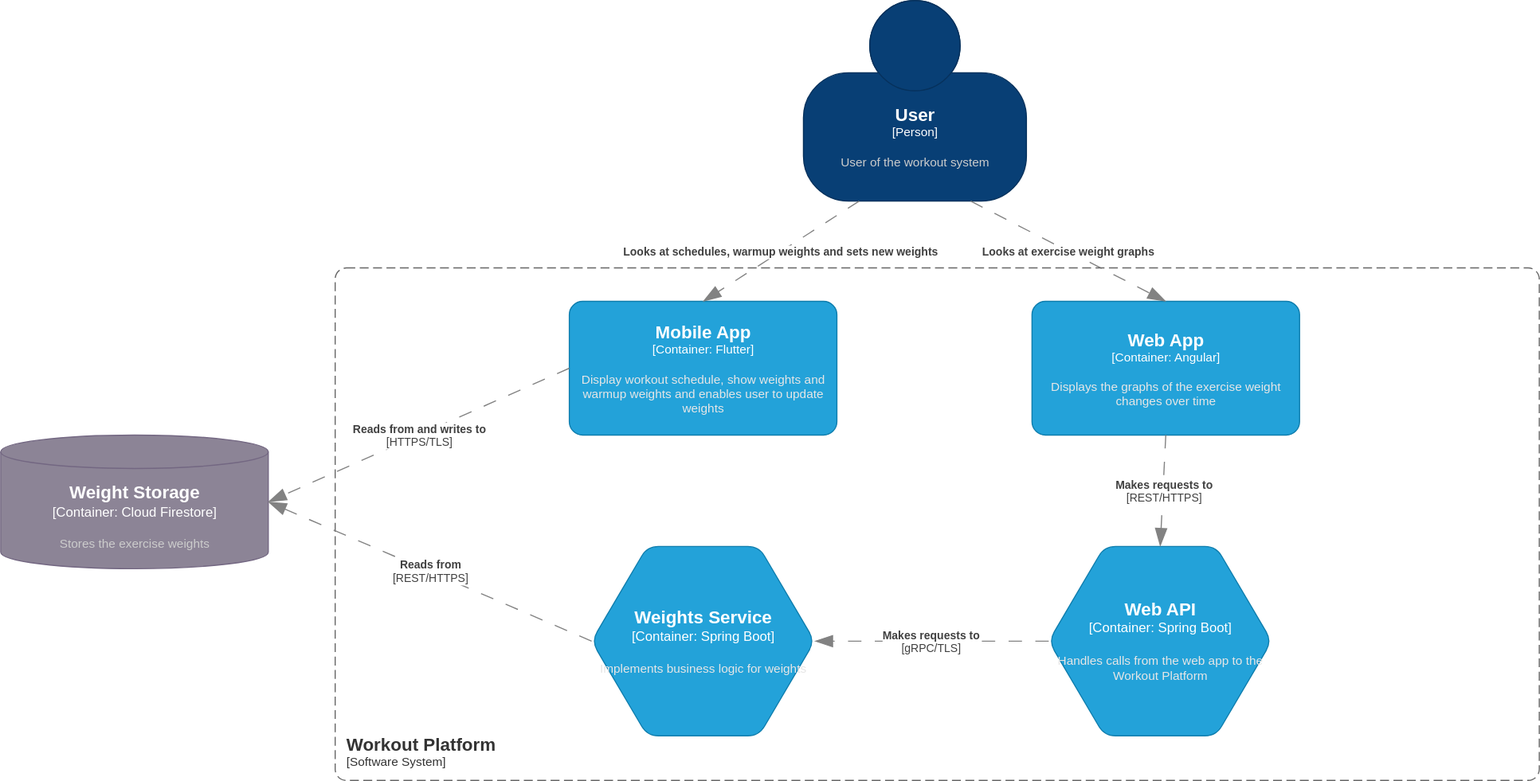
The draw.io diagram docs/mvp-container-diagram.svg in LukasDS/lds-workout-system, before a commit. Source tidied: cells renumbered, new cells last; positions are measured from the earlier drawing's top-left corner, leaving out a move shared by most shapes. Its diagram source:
```xml
<mxGraphModel>
  <root>
    <mxCell id="0" />
    <mxCell id="1" parent="0" />
    <object id="2" label="&lt;font style=&quot;font-size: 16px&quot;&gt;&lt;b&gt;%c4Name%&lt;/b&gt;&lt;/font&gt;&lt;div&gt;[%c4Type%]&lt;/div&gt;&lt;br&gt;&lt;div&gt;&lt;font style=&quot;font-size: 11px&quot;&gt;&lt;font color=&quot;#cccccc&quot;&gt;%c4Description%&lt;/font&gt;&lt;/div&gt;" c4Description="User of the workout system" c4Name="User" c4Type="Person" placeholders="1">
      <mxCell style="html=1;fontSize=11;dashed=0;whiteSpace=wrap;fillColor=#083F75;strokeColor=#06315C;fontColor=#ffffff;shape=mxgraph.c4.person2;align=center;points=[[0.5,0,0],[1,0.5,0],[1,0.75,0],[0.75,1,0],[0.5,1,0],[0.25,1,0],[0,0.75,0],[0,0.5,0]];" parent="1" vertex="1">
        <mxGeometry x="720" width="200" height="180" as="geometry" />
      </mxCell>
    </object>
    <object id="3" label="&lt;font style=&quot;font-size: 16px&quot;&gt;&lt;b&gt;%c4Name%&lt;/b&gt;&lt;/font&gt;&lt;div&gt;[%c4Type%: %c4Technology%]&lt;/div&gt;&lt;br&gt;&lt;div&gt;&lt;font style=&quot;font-size: 11px&quot;&gt;&lt;font color=&quot;#E6E6E6&quot;&gt;%c4Description%&lt;/font&gt;&lt;/div&gt;" c4Description="Displays the graphs of the exercise weight changes over time " c4Name="Web App" c4Technology="Angular" c4Type="Container" placeholders="1">
      <mxCell style="rounded=1;whiteSpace=wrap;html=1;fontSize=11;labelBackgroundColor=none;fillColor=#23A2D9;fontColor=#ffffff;align=center;arcSize=10;strokeColor=#0E7DAD;points=[[0.25,0,0],[0.5,0,0],[0.75,0,0],[1,0.25,0],[1,0.5,0],[1,0.75,0],[0.75,1,0],[0.5,1,0],[0.25,1,0],[0,0.75,0],[0,0.5,0],[0,0.25,0]];" parent="1" vertex="1">
        <mxGeometry x="925" y="270" width="240" height="120" as="geometry" />
      </mxCell>
    </object>
    <object id="4" label="&lt;div style=&quot;text-align: left&quot;&gt;&lt;div style=&quot;text-align: center&quot;&gt;&lt;b&gt;%c4Description%&lt;/b&gt;&lt;/div&gt;" c4Description="Looks at exercise weight graphs" c4Type="Relationship" placeholders="1">
      <mxCell style="endArrow=blockThin;html=1;fontSize=10;fontColor=#404040;strokeWidth=1;endFill=1;strokeColor=#828282;elbow=vertical;endSize=14;startSize=14;jumpStyle=arc;jumpSize=16;rounded=0;exitX=0.75;exitY=1;exitDx=0;exitDy=0;exitPerimeter=0;entryX=0.5;entryY=0;entryDx=0;entryDy=0;entryPerimeter=0;dashed=1;dashPattern=12 12;" parent="1" edge="1" source="2" target="3">
        <mxGeometry relative="1" as="geometry" />
      </mxCell>
    </object>
    <object id="5" label="&lt;font style=&quot;font-size: 16px&quot;&gt;&lt;b&gt;&lt;div style=&quot;text-align: left&quot;&gt;%c4Name%&lt;/div&gt;&lt;/b&gt;&lt;/font&gt;&lt;div style=&quot;text-align: left&quot;&gt;[%c4Application%]&lt;/div&gt;" c4Application="Software System" c4Name="Workout Platform" c4Type="SystemScopeBoundary" placeholders="1">
      <mxCell style="rounded=1;fontSize=11;whiteSpace=wrap;html=1;dashed=1;arcSize=20;fillColor=none;strokeColor=#666666;fontColor=#333333;labelBackgroundColor=none;align=left;verticalAlign=bottom;labelBorderColor=none;spacingTop=0;spacing=10;dashPattern=8 4;perimeter=rectanglePerimeter;noLabel=0;labelPadding=0;absoluteArcSize=1;" parent="1" vertex="1">
        <mxGeometry x="300" y="240" width="1080" height="460" as="geometry" />
      </mxCell>
    </object>
    <object id="6" label="&lt;font style=&quot;font-size: 16px&quot;&gt;&lt;b&gt;%c4Name%&lt;/b&gt;&lt;/font&gt;&lt;div&gt;[%c4Type%: %c4Technology%]&lt;/div&gt;&lt;br&gt;&lt;div&gt;&lt;font style=&quot;font-size: 11px&quot;&gt;&lt;font color=&quot;#E6E6E6&quot;&gt;%c4Description%&lt;/font&gt;&lt;/div&gt;" c4Description="Display workout schedule, show weights and warmup weights and enables user to update weights" c4Name="Mobile App" c4Technology="Flutter" c4Type="Container" placeholders="1">
      <mxCell style="rounded=1;whiteSpace=wrap;html=1;fontSize=11;labelBackgroundColor=none;fillColor=#23A2D9;fontColor=#ffffff;align=center;arcSize=10;strokeColor=#0E7DAD;points=[[0.25,0,0],[0.5,0,0],[0.75,0,0],[1,0.25,0],[1,0.5,0],[1,0.75,0],[0.75,1,0],[0.5,1,0],[0.25,1,0],[0,0.75,0],[0,0.5,0],[0,0.25,0]];" parent="1" vertex="1">
        <mxGeometry x="510" y="270" width="240" height="120" as="geometry" />
      </mxCell>
    </object>
    <object id="7" label="&lt;div style=&quot;text-align: left&quot;&gt;&lt;div style=&quot;text-align: center&quot;&gt;&lt;b&gt;%c4Description%&lt;/b&gt;&lt;/div&gt;" c4Description="Looks at schedules, warmup weights and sets new weights" c4Type="Relationship" placeholders="1">
      <mxCell style="endArrow=blockThin;html=1;fontSize=10;fontColor=#404040;strokeWidth=1;endFill=1;strokeColor=#828282;elbow=vertical;endSize=14;startSize=14;jumpStyle=arc;jumpSize=16;rounded=0;exitX=0.25;exitY=1;exitDx=0;exitDy=0;exitPerimeter=0;entryX=0.5;entryY=0;entryDx=0;entryDy=0;entryPerimeter=0;dashed=1;dashPattern=12 12;" parent="1" edge="1" source="2" target="6">
        <mxGeometry relative="1" as="geometry" />
      </mxCell>
    </object>
    <object id="8" label="&lt;font style=&quot;font-size: 16px&quot;&gt;&lt;b&gt;%c4Name%&lt;/b&gt;&lt;/font&gt;&lt;div&gt;[%c4Type%:&amp;nbsp;%c4Technology%]&lt;/div&gt;&lt;br&gt;&lt;div&gt;&lt;font style=&quot;font-size: 11px&quot;&gt;&lt;font color=&quot;#E6E6E6&quot;&gt;%c4Description%&lt;/font&gt;&lt;/div&gt;" c4Description="Handles calls from the web app to the Workout Platform" c4Name="Web API" c4Technology="Spring Boot" c4Type="Container" placeholders="1">
      <mxCell style="shape=hexagon;size=50;perimeter=hexagonPerimeter2;whiteSpace=wrap;html=1;fixedSize=1;rounded=1;labelBackgroundColor=none;fillColor=#23A2D9;fontSize=12;fontColor=#ffffff;align=center;strokeColor=#0E7DAD;points=[[0.5,0,0],[1,0.25,0],[1,0.5,0],[1,0.75,0],[0.5,1,0],[0,0.75,0],[0,0.5,0],[0,0.25,0]];" parent="1" vertex="1">
        <mxGeometry x="940" y="490" width="200" height="170" as="geometry" />
      </mxCell>
    </object>
    <object id="9" label="&lt;div style=&quot;text-align: left&quot;&gt;&lt;div style=&quot;text-align: center&quot;&gt;&lt;b&gt;%c4Description%&lt;/b&gt;&lt;/div&gt;&lt;div style=&quot;text-align: center&quot;&gt;[%c4Technology%]&lt;/div&gt;&lt;/div&gt;" c4Description="Reads from and writes to" c4Technology="HTTPS/TLS" c4Type="Relationship" placeholders="1">
      <mxCell style="endArrow=blockThin;html=1;fontSize=10;fontColor=#404040;strokeWidth=1;endFill=1;strokeColor=#828282;elbow=vertical;endSize=14;startSize=14;jumpStyle=arc;jumpSize=16;rounded=0;exitX=0;exitY=0.5;exitDx=0;exitDy=0;exitPerimeter=0;entryX=1;entryY=0.5;entryDx=0;entryDy=0;entryPerimeter=0;dashed=1;dashPattern=12 12;" parent="1" edge="1" source="6" target="10">
        <mxGeometry relative="1" as="geometry" />
      </mxCell>
    </object>
    <object id="10" label="&lt;font style=&quot;font-size: 16px&quot;&gt;&lt;b&gt;%c4Name%&lt;/b&gt;&lt;/font&gt;&lt;div&gt;[%c4Type%:&amp;nbsp;%c4Technology%]&lt;/div&gt;&lt;br&gt;&lt;div&gt;&lt;font style=&quot;font-size: 11px&quot;&gt;&lt;font color=&quot;#cccccc&quot;&gt;%c4Description%&lt;/font&gt;&lt;/div&gt;" c4Description="Stores the exercise weights" c4Name="Weight Storage" c4Technology="Cloud Firestore" c4Type="Container" placeholders="1">
      <mxCell style="shape=cylinder3;size=15;whiteSpace=wrap;html=1;boundedLbl=1;rounded=0;labelBackgroundColor=none;fillColor=#8C8496;fontSize=12;fontColor=#ffffff;align=center;strokeColor=#736782;points=[[0.5,0,0],[1,0.25,0],[1,0.5,0],[1,0.75,0],[0.5,1,0],[0,0.75,0],[0,0.5,0],[0,0.25,0]];" parent="1" vertex="1">
        <mxGeometry y="390" width="240" height="120" as="geometry" />
      </mxCell>
    </object>
    <object id="11" label="&lt;font style=&quot;font-size: 16px&quot;&gt;&lt;b&gt;%c4Name%&lt;/b&gt;&lt;/font&gt;&lt;div&gt;[%c4Type%:&amp;nbsp;%c4Technology%]&lt;/div&gt;&lt;br&gt;&lt;div&gt;&lt;font style=&quot;font-size: 11px&quot;&gt;&lt;font color=&quot;#E6E6E6&quot;&gt;%c4Description%&lt;/font&gt;&lt;/div&gt;" c4Description="Implements business logic for weights" c4Name="Weights Service" c4Technology="Spring Boot" c4Type="Container" placeholders="1">
      <mxCell style="shape=hexagon;size=50;perimeter=hexagonPerimeter2;whiteSpace=wrap;html=1;fixedSize=1;rounded=1;labelBackgroundColor=none;fillColor=#23A2D9;fontSize=12;fontColor=#ffffff;align=center;strokeColor=#0E7DAD;points=[[0.5,0,0],[1,0.25,0],[1,0.5,0],[1,0.75,0],[0.5,1,0],[0,0.75,0],[0,0.5,0],[0,0.25,0]];" parent="1" vertex="1">
        <mxGeometry x="530" y="490" width="200" height="170" as="geometry" />
      </mxCell>
    </object>
    <object id="12" label="&lt;div style=&quot;text-align: left&quot;&gt;&lt;div style=&quot;text-align: center&quot;&gt;&lt;b&gt;%c4Description%&lt;/b&gt;&lt;/div&gt;&lt;div style=&quot;text-align: center&quot;&gt;[%c4Technology%]&lt;/div&gt;&lt;/div&gt;" c4Description="Reads from" c4Technology="REST/HTTPS" c4Type="Relationship" placeholders="1">
      <mxCell style="endArrow=blockThin;html=1;fontSize=10;fontColor=#404040;strokeWidth=1;endFill=1;strokeColor=#828282;elbow=vertical;endSize=14;startSize=14;jumpStyle=arc;jumpSize=16;rounded=0;exitX=0;exitY=0.5;exitDx=0;exitDy=0;exitPerimeter=0;entryX=1;entryY=0.5;entryDx=0;entryDy=0;entryPerimeter=0;dashed=1;dashPattern=12 12;" parent="1" edge="1" source="11" target="10">
        <mxGeometry relative="1" as="geometry" />
      </mxCell>
    </object>
    <object id="13" label="&lt;div style=&quot;text-align: left&quot;&gt;&lt;div style=&quot;text-align: center&quot;&gt;&lt;b&gt;%c4Description%&lt;/b&gt;&lt;/div&gt;&lt;div style=&quot;text-align: center&quot;&gt;[%c4Technology%]&lt;/div&gt;&lt;/div&gt;" c4Description="Makes requests to" c4Technology="gRPC/TLS" c4Type="Relationship" placeholders="1">
      <mxCell style="endArrow=blockThin;html=1;fontSize=10;fontColor=#404040;strokeWidth=1;endFill=1;strokeColor=#828282;elbow=vertical;endSize=14;startSize=14;jumpStyle=arc;jumpSize=16;rounded=0;exitX=0;exitY=0.5;exitDx=0;exitDy=0;exitPerimeter=0;dashed=1;dashPattern=12 12;entryX=1;entryY=0.5;entryDx=0;entryDy=0;entryPerimeter=0;" parent="1" edge="1" source="8" target="11">
        <mxGeometry relative="1" as="geometry" />
      </mxCell>
    </object>
    <object id="14" label="&lt;div style=&quot;text-align: left&quot;&gt;&lt;div style=&quot;text-align: center&quot;&gt;&lt;b&gt;%c4Description%&lt;/b&gt;&lt;/div&gt;&lt;div style=&quot;text-align: center&quot;&gt;[%c4Technology%]&lt;/div&gt;&lt;/div&gt;" c4Description="Makes requests to" c4Technology="REST/HTTPS" c4Type="Relationship" placeholders="1">
      <mxCell style="endArrow=blockThin;html=1;fontSize=10;fontColor=#404040;strokeWidth=1;endFill=1;strokeColor=#828282;elbow=vertical;endSize=14;startSize=14;jumpStyle=arc;jumpSize=16;rounded=0;exitX=0.5;exitY=1;exitDx=0;exitDy=0;exitPerimeter=0;dashed=1;dashPattern=12 12;entryX=0.5;entryY=0;entryDx=0;entryDy=0;entryPerimeter=0;" parent="1" edge="1" source="3" target="8">
        <mxGeometry relative="1" as="geometry" />
      </mxCell>
    </object>
  </root>
</mxGraphModel>
```
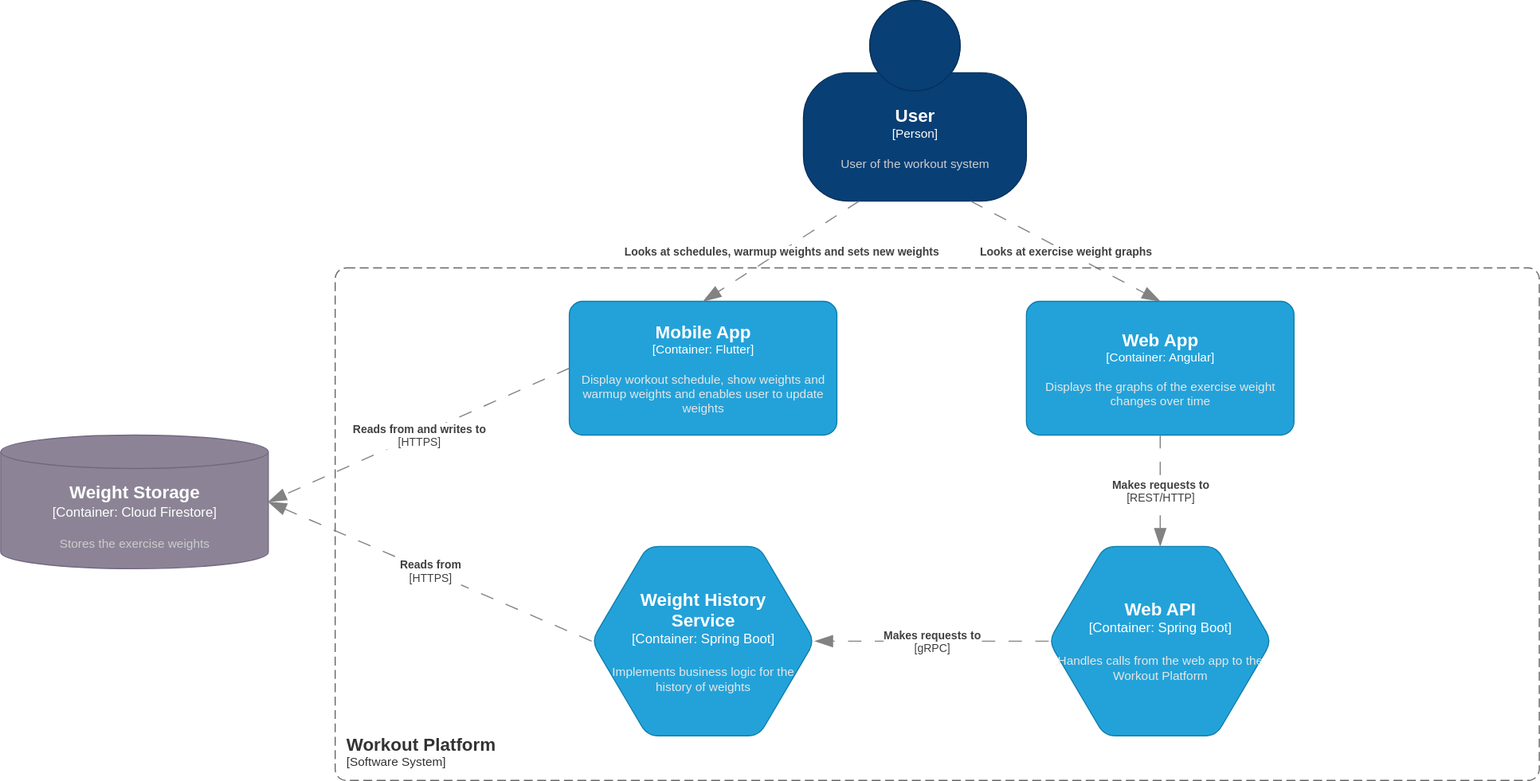
Later version of the same file.

What changed in the source:
```diff
@@ -9,7 +9,7 @@
     </object>
     <object id="3" label="&lt;font style=&quot;font-size: 16px&quot;&gt;&lt;b&gt;%c4Name%&lt;/b&gt;&lt;/font&gt;&lt;div&gt;[%c4Type%: %c4Technology%]&lt;/div&gt;&lt;br&gt;&lt;div&gt;&lt;font style=&quot;font-size: 11px&quot;&gt;&lt;font color=&quot;#E6E6E6&quot;&gt;%c4Description%&lt;/font&gt;&lt;/div&gt;" c4Description="Displays the graphs of the exercise weight changes over time " c4Name="Web App" c4Technology="Angular" c4Type="Container" placeholders="1">
       <mxCell style="rounded=1;whiteSpace=wrap;html=1;fontSize=11;labelBackgroundColor=none;fillColor=#23A2D9;fontColor=#ffffff;align=center;arcSize=10;strokeColor=#0E7DAD;points=[[0.25,0,0],[0.5,0,0],[0.75,0,0],[1,0.25,0],[1,0.5,0],[1,0.75,0],[0.75,1,0],[0.5,1,0],[0.25,1,0],[0,0.75,0],[0,0.5,0],[0,0.25,0]];" parent="1" vertex="1">
-        <mxGeometry x="925" y="270" width="240" height="120" as="geometry" />
+        <mxGeometry x="920" y="270" width="240" height="120" as="geometry" />
       </mxCell>
     </object>
     <object id="4" label="&lt;div style=&quot;text-align: left&quot;&gt;&lt;div style=&quot;text-align: center&quot;&gt;&lt;b&gt;%c4Description%&lt;/b&gt;&lt;/div&gt;" c4Description="Looks at exercise weight graphs" c4Type="Relationship" placeholders="1">
@@ -37,7 +37,7 @@
         <mxGeometry x="940" y="490" width="200" height="170" as="geometry" />
       </mxCell>
     </object>
-    <object id="9" label="&lt;div style=&quot;text-align: left&quot;&gt;&lt;div style=&quot;text-align: center&quot;&gt;&lt;b&gt;%c4Description%&lt;/b&gt;&lt;/div&gt;&lt;div style=&quot;text-align: center&quot;&gt;[%c4Technology%]&lt;/div&gt;&lt;/div&gt;" c4Description="Reads from and writes to" c4Technology="HTTPS/TLS" c4Type="Relationship" placeholders="1">
+    <object id="9" label="&lt;div style=&quot;text-align: left&quot;&gt;&lt;div style=&quot;text-align: center&quot;&gt;&lt;b&gt;%c4Description%&lt;/b&gt;&lt;/div&gt;&lt;div style=&quot;text-align: center&quot;&gt;[%c4Technology%]&lt;/div&gt;&lt;/div&gt;" c4Description="Reads from and writes to" c4Technology="HTTPS" c4Type="Relationship" placeholders="1">
       <mxCell style="endArrow=blockThin;html=1;fontSize=10;fontColor=#404040;strokeWidth=1;endFill=1;strokeColor=#828282;elbow=vertical;endSize=14;startSize=14;jumpStyle=arc;jumpSize=16;rounded=0;exitX=0;exitY=0.5;exitDx=0;exitDy=0;exitPerimeter=0;entryX=1;entryY=0.5;entryDx=0;entryDy=0;entryPerimeter=0;dashed=1;dashPattern=12 12;" parent="1" edge="1" source="6" target="10">
         <mxGeometry relative="1" as="geometry" />
       </mxCell>
@@ -47,22 +47,22 @@
         <mxGeometry y="390" width="240" height="120" as="geometry" />
       </mxCell>
     </object>
-    <object id="11" label="&lt;font style=&quot;font-size: 16px&quot;&gt;&lt;b&gt;%c4Name%&lt;/b&gt;&lt;/font&gt;&lt;div&gt;[%c4Type%:&amp;nbsp;%c4Technology%]&lt;/div&gt;&lt;br&gt;&lt;div&gt;&lt;font style=&quot;font-size: 11px&quot;&gt;&lt;font color=&quot;#E6E6E6&quot;&gt;%c4Description%&lt;/font&gt;&lt;/div&gt;" c4Description="Implements business logic for weights" c4Name="Weights Service" c4Technology="Spring Boot" c4Type="Container" placeholders="1">
+    <object id="11" label="&lt;font style=&quot;font-size: 16px&quot;&gt;&lt;b&gt;%c4Name%&lt;/b&gt;&lt;/font&gt;&lt;div&gt;[%c4Type%:&amp;nbsp;%c4Technology%]&lt;/div&gt;&lt;br&gt;&lt;div&gt;&lt;font style=&quot;font-size: 11px&quot;&gt;&lt;font color=&quot;#E6E6E6&quot;&gt;%c4Description%&lt;/font&gt;&lt;/div&gt;" c4Description="Implements business logic for the history of weights" c4Name="Weight History&#10;Service" c4Technology="Spring Boot" c4Type="Container" placeholders="1">
       <mxCell style="shape=hexagon;size=50;perimeter=hexagonPerimeter2;whiteSpace=wrap;html=1;fixedSize=1;rounded=1;labelBackgroundColor=none;fillColor=#23A2D9;fontSize=12;fontColor=#ffffff;align=center;strokeColor=#0E7DAD;points=[[0.5,0,0],[1,0.25,0],[1,0.5,0],[1,0.75,0],[0.5,1,0],[0,0.75,0],[0,0.5,0],[0,0.25,0]];" parent="1" vertex="1">
         <mxGeometry x="530" y="490" width="200" height="170" as="geometry" />
       </mxCell>
     </object>
-    <object id="12" label="&lt;div style=&quot;text-align: left&quot;&gt;&lt;div style=&quot;text-align: center&quot;&gt;&lt;b&gt;%c4Description%&lt;/b&gt;&lt;/div&gt;&lt;div style=&quot;text-align: center&quot;&gt;[%c4Technology%]&lt;/div&gt;&lt;/div&gt;" c4Description="Reads from" c4Technology="REST/HTTPS" c4Type="Relationship" placeholders="1">
+    <object id="12" label="&lt;div style=&quot;text-align: left&quot;&gt;&lt;div style=&quot;text-align: center&quot;&gt;&lt;b&gt;%c4Description%&lt;/b&gt;&lt;/div&gt;&lt;div style=&quot;text-align: center&quot;&gt;[%c4Technology%]&lt;/div&gt;&lt;/div&gt;" c4Description="Reads from" c4Technology="HTTPS" c4Type="Relationship" placeholders="1">
       <mxCell style="endArrow=blockThin;html=1;fontSize=10;fontColor=#404040;strokeWidth=1;endFill=1;strokeColor=#828282;elbow=vertical;endSize=14;startSize=14;jumpStyle=arc;jumpSize=16;rounded=0;exitX=0;exitY=0.5;exitDx=0;exitDy=0;exitPerimeter=0;entryX=1;entryY=0.5;entryDx=0;entryDy=0;entryPerimeter=0;dashed=1;dashPattern=12 12;" parent="1" edge="1" source="11" target="10">
         <mxGeometry relative="1" as="geometry" />
       </mxCell>
     </object>
-    <object id="13" label="&lt;div style=&quot;text-align: left&quot;&gt;&lt;div style=&quot;text-align: center&quot;&gt;&lt;b&gt;%c4Description%&lt;/b&gt;&lt;/div&gt;&lt;div style=&quot;text-align: center&quot;&gt;[%c4Technology%]&lt;/div&gt;&lt;/div&gt;" c4Description="Makes requests to" c4Technology="gRPC/TLS" c4Type="Relationship" placeholders="1">
+    <object id="13" label="&lt;div style=&quot;text-align: left&quot;&gt;&lt;div style=&quot;text-align: center&quot;&gt;&lt;b&gt;%c4Description%&lt;/b&gt;&lt;/div&gt;&lt;div style=&quot;text-align: center&quot;&gt;[%c4Technology%]&lt;/div&gt;&lt;/div&gt;" c4Description="Makes requests to" c4Technology="gRPC" c4Type="Relationship" placeholders="1">
       <mxCell style="endArrow=blockThin;html=1;fontSize=10;fontColor=#404040;strokeWidth=1;endFill=1;strokeColor=#828282;elbow=vertical;endSize=14;startSize=14;jumpStyle=arc;jumpSize=16;rounded=0;exitX=0;exitY=0.5;exitDx=0;exitDy=0;exitPerimeter=0;dashed=1;dashPattern=12 12;entryX=1;entryY=0.5;entryDx=0;entryDy=0;entryPerimeter=0;" parent="1" edge="1" source="8" target="11">
         <mxGeometry relative="1" as="geometry" />
       </mxCell>
     </object>
-    <object id="14" label="&lt;div style=&quot;text-align: left&quot;&gt;&lt;div style=&quot;text-align: center&quot;&gt;&lt;b&gt;%c4Description%&lt;/b&gt;&lt;/div&gt;&lt;div style=&quot;text-align: center&quot;&gt;[%c4Technology%]&lt;/div&gt;&lt;/div&gt;" c4Description="Makes requests to" c4Technology="REST/HTTPS" c4Type="Relationship" placeholders="1">
+    <object id="14" label="&lt;div style=&quot;text-align: left&quot;&gt;&lt;div style=&quot;text-align: center&quot;&gt;&lt;b&gt;%c4Description%&lt;/b&gt;&lt;/div&gt;&lt;div style=&quot;text-align: center&quot;&gt;[%c4Technology%]&lt;/div&gt;&lt;/div&gt;" c4Description="Makes requests to" c4Technology="REST/HTTP" c4Type="Relationship" placeholders="1">
       <mxCell style="endArrow=blockThin;html=1;fontSize=10;fontColor=#404040;strokeWidth=1;endFill=1;strokeColor=#828282;elbow=vertical;endSize=14;startSize=14;jumpStyle=arc;jumpSize=16;rounded=0;exitX=0.5;exitY=1;exitDx=0;exitDy=0;exitPerimeter=0;dashed=1;dashPattern=12 12;entryX=0.5;entryY=0;entryDx=0;entryDy=0;entryPerimeter=0;" parent="1" edge="1" source="3" target="8">
         <mxGeometry relative="1" as="geometry" />
       </mxCell>
```
